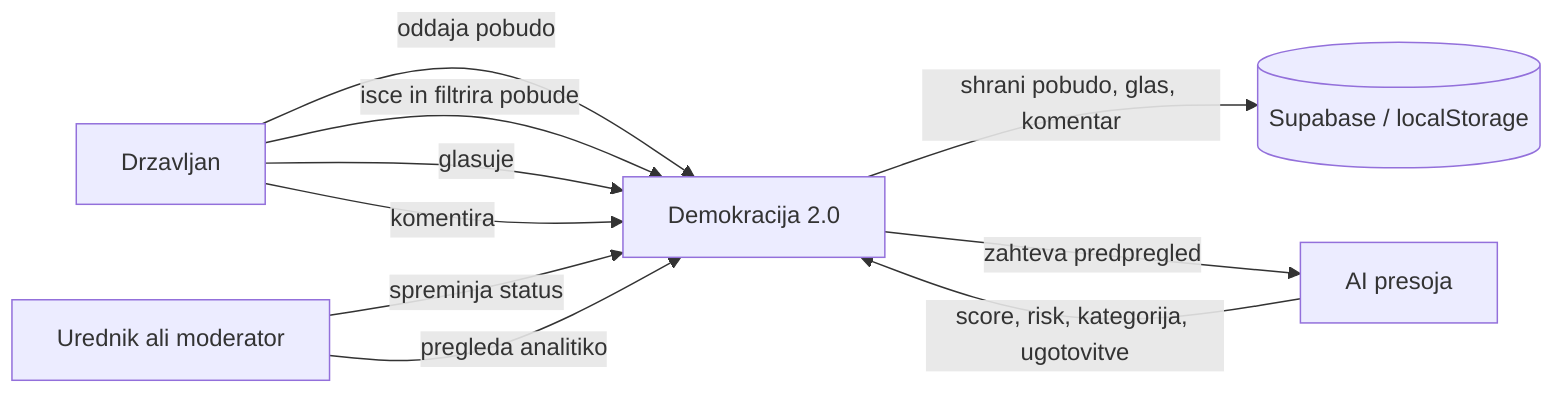
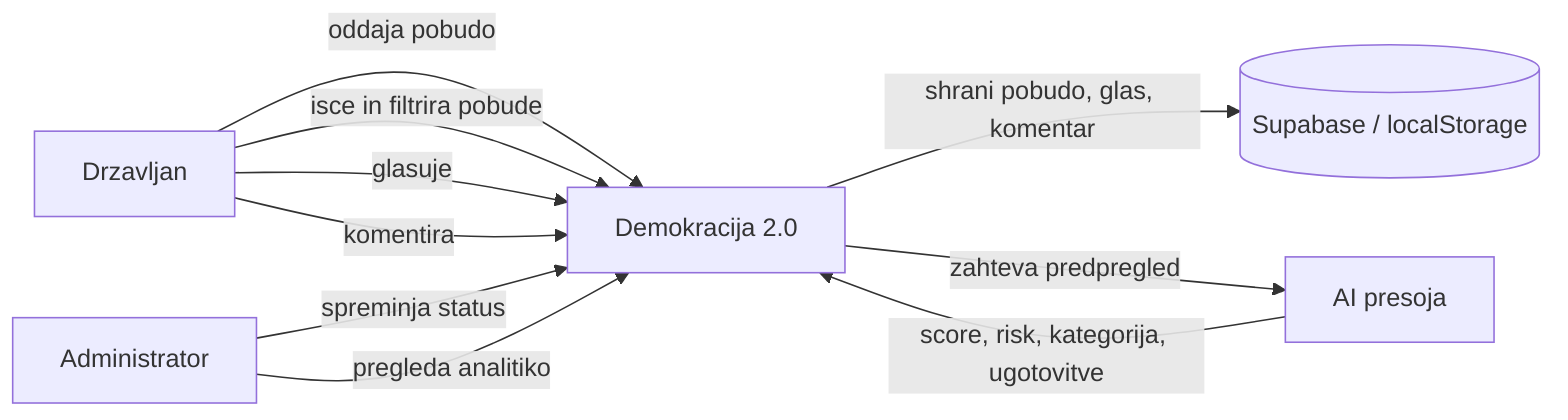
flowchart LR
  Citizen[Drzavljan]
-   Moderator[Urednik ali moderator]
+   Admin[Administrator]
  AI[AI presoja]
  Platform[Demokracija 2.0]
  Database[(Supabase / localStorage)]

  Citizen -->|oddaja pobudo| Platform
  Citizen -->|isce in filtrira pobude| Platform
  Citizen -->|glasuje| Platform
  Citizen -->|komentira| Platform
  Platform -->|shrani pobudo, glas, komentar| Database
  Platform -->|zahteva predpregled| AI
  AI -->|score, risk, kategorija, ugotovitve| Platform
-   Moderator -->|spreminja status| Platform
-   Moderator -->|pregleda analitiko| Platform+   Admin -->|spreminja status| Platform
+   Admin -->|pregleda analitiko| Platform
